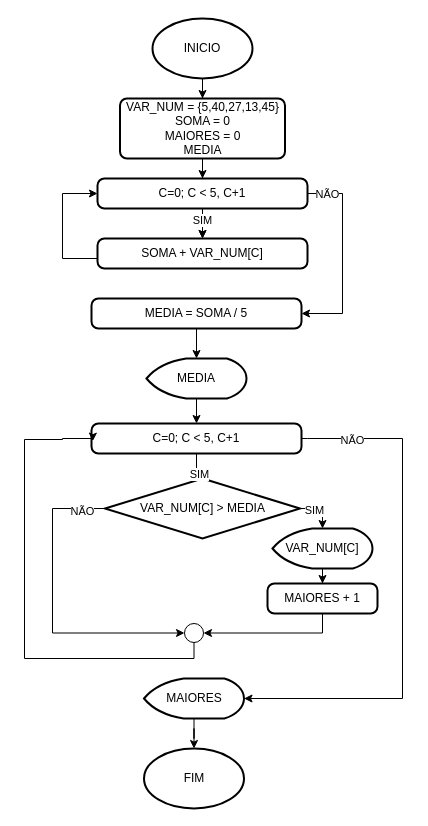
The draw.io diagram Fluxo_Semana4_02.drawio in gabriel-carvalhos/fluxogramas-bootcamp-cdb, before the edit. Source tidied: cells renumbered, new cells numbered last; positions are measured from the earlier drawing's top-left corner, leaving out a move shared by most shapes. Both pictures are drawn from the tidied source at 100%, with x=0, y=0 at pixel (24, 18).
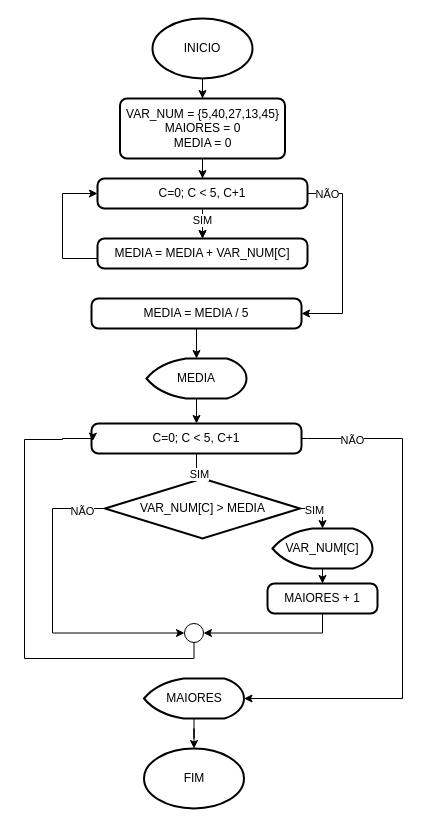
After the change.

Change to the diagram source:
```diff
@@
-    <mxCell id="6" value="VAR_NUM =&amp;nbsp;{5,40,27,13,45}&lt;div&gt;SOMA = 0&lt;/div&gt;&lt;div&gt;MAIORES = 0&lt;/div&gt;&lt;div&gt;MEDIA&lt;/div&gt;" style="rounded=1;whiteSpace=wrap;html=1;absoluteArcSize=1;arcSize=14;strokeWidth=2;" parent="1" vertex="1">
+    <mxCell id="6" value="VAR_NUM =&amp;nbsp;{5,40,27,13,45}&lt;div&gt;&lt;span style=&quot;background-color: transparent; color: light-dark(rgb(0, 0, 0), rgb(255, 255, 255));&quot;&gt;MAIORES = 0&lt;/span&gt;&lt;/div&gt;&lt;div&gt;MEDIA = 0&lt;/div&gt;" style="rounded=1;whiteSpace=wrap;html=1;absoluteArcSize=1;arcSize=14;strokeWidth=2;" parent="1" vertex="1">
       <mxGeometry x="95.5" y="80" width="165" height="60" as="geometry" />
     </mxCell>
@@
-    <mxCell id="14" value="SOMA + VAR_NUM[C]" style="rounded=1;whiteSpace=wrap;html=1;absoluteArcSize=1;arcSize=14;strokeWidth=2;" parent="1" vertex="1">
+    <mxCell id="14" value="MEDIA = MEDIA + VAR_NUM[C]" style="rounded=1;whiteSpace=wrap;html=1;absoluteArcSize=1;arcSize=14;strokeWidth=2;" parent="1" vertex="1">
       <mxGeometry x="73" y="220" width="210" height="30" as="geometry" />
     </mxCell>
@@
-    <mxCell id="16" value="MEDIA = SOMA / 5" style="rounded=1;whiteSpace=wrap;html=1;absoluteArcSize=1;arcSize=14;strokeWidth=2;" parent="1" vertex="1">
+    <mxCell id="16" value="MEDIA = MEDIA / 5" style="rounded=1;whiteSpace=wrap;html=1;absoluteArcSize=1;arcSize=14;strokeWidth=2;" parent="1" vertex="1">
       <mxGeometry x="67" y="280" width="210" height="30" as="geometry" />
     </mxCell>
```
